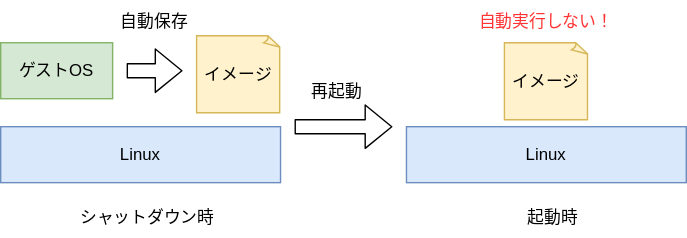
This is page/public/imgs/win-virt-nixos/no-reboot.drawio.svg from xd-tech/linux-blog, a draw.io export, as it was before one commit. Source tidied: cells renumbered, new cells last; positions are measured from the earlier drawing's top-left corner, leaving out a move shared by most shapes. Source of this version:
```xml
<mxGraphModel>
  <root>
    <mxCell id="0" />
    <mxCell id="1" parent="0" />
    <mxCell id="2" value="Linux" style="rounded=0;whiteSpace=wrap;html=1;fillColor=#dae8fc;strokeColor=#6c8ebf;" parent="1" vertex="1">
      <mxGeometry y="90" width="200" height="40" as="geometry" />
    </mxCell>
    <mxCell id="3" value="ゲストOS" style="rounded=0;whiteSpace=wrap;html=1;fillColor=#d5e8d4;strokeColor=#82b366;" parent="1" vertex="1">
      <mxGeometry y="30" width="80" height="40" as="geometry" />
    </mxCell>
    <mxCell id="4" value="シャットダウン時" style="text;html=1;align=center;verticalAlign=middle;whiteSpace=wrap;rounded=0;" parent="1" vertex="1">
      <mxGeometry x="50" y="140" width="110" height="30" as="geometry" />
    </mxCell>
    <mxCell id="5" value="イメージ" style="whiteSpace=wrap;html=1;shape=mxgraph.basic.document;fillColor=#fff2cc;strokeColor=#d6b656;" parent="1" vertex="1">
      <mxGeometry x="140" y="25" width="60" height="55" as="geometry" />
    </mxCell>
    <mxCell id="6" style="shape=flexArrow;endArrow=classic;html=1;" parent="1" edge="1">
      <mxGeometry relative="1" as="geometry">
        <mxPoint x="90" y="50" as="sourcePoint" />
        <mxPoint x="130" y="50" as="targetPoint" />
      </mxGeometry>
    </mxCell>
    <mxCell id="7" value="自動保存" style="text;html=1;align=center;verticalAlign=middle;whiteSpace=wrap;rounded=0;" parent="1" vertex="1">
      <mxGeometry x="80" width="60" height="30" as="geometry" />
    </mxCell>
    <mxCell id="8" value="Linux" style="rounded=0;whiteSpace=wrap;html=1;fillColor=#dae8fc;strokeColor=#6c8ebf;" parent="1" vertex="1">
      <mxGeometry x="290" y="90" width="200" height="40" as="geometry" />
    </mxCell>
    <mxCell id="9" value="起動時" style="text;html=1;align=center;verticalAlign=middle;whiteSpace=wrap;rounded=0;" parent="1" vertex="1">
      <mxGeometry x="340" y="140" width="110" height="30" as="geometry" />
    </mxCell>
    <mxCell id="10" value="イメージ" style="whiteSpace=wrap;html=1;shape=mxgraph.basic.document;fillColor=#fff2cc;strokeColor=#d6b656;" parent="1" vertex="1">
      <mxGeometry x="360" y="30" width="60" height="55" as="geometry" />
    </mxCell>
    <mxCell id="11" value="自動実行しない！" style="text;html=1;align=center;verticalAlign=middle;whiteSpace=wrap;rounded=0;fontColor=#FF3333;" parent="1" vertex="1">
      <mxGeometry x="325" width="130" height="30" as="geometry" />
    </mxCell>
    <mxCell id="12" style="shape=flexArrow;endArrow=classic;html=1;" parent="1" edge="1">
      <mxGeometry relative="1" as="geometry">
        <mxPoint x="210" y="90" as="sourcePoint" />
        <mxPoint x="280" y="90" as="targetPoint" />
      </mxGeometry>
    </mxCell>
    <mxCell id="13" value="再起動" style="text;html=1;align=center;verticalAlign=middle;strokeColor=none;fillColor=none;" parent="1" vertex="1">
      <mxGeometry x="210" y="50" width="60" height="30" as="geometry" />
    </mxCell>
  </root>
</mxGraphModel>
```
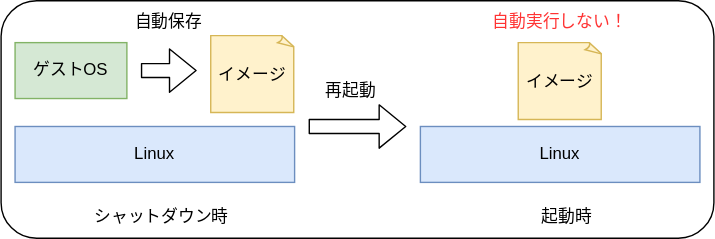
The same diagram one commit later.

Diff of the diagram source:
```diff
@@ -2,6 +2,9 @@
   <root>
     <mxCell id="0" />
     <mxCell id="1" parent="0" />
+    <mxCell id="14" style="rounded=1;whiteSpace=wrap;html=1;" parent="1" vertex="1">
+      <mxGeometry x="-10" width="510" height="170" as="geometry" />
+    </mxCell>
     <mxCell id="2" value="Linux" style="rounded=0;whiteSpace=wrap;html=1;fillColor=#dae8fc;strokeColor=#6c8ebf;" parent="1" vertex="1">
       <mxGeometry y="90" width="200" height="40" as="geometry" />
     </mxCell>
```
